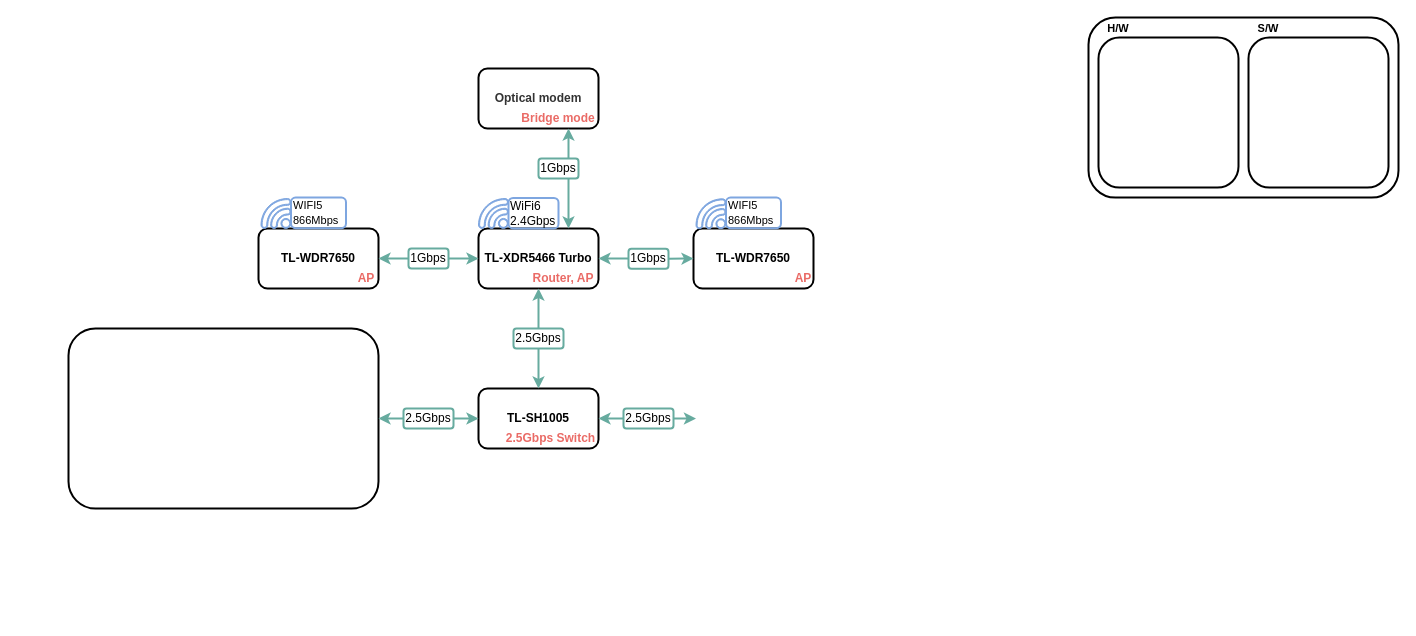
Earlier version of the draw.io diagram page "Page-1" (1 of 2) of network_home.drawio (zincnode/drawio_file). Source tidied: cells renumbered, new cells numbered last; positions are measured from the earlier drawing's top-left corner, leaving out a move shared by most shapes. Both pictures are drawn from the tidied source at 100%, with x=0, y=0 at pixel (68, 17).
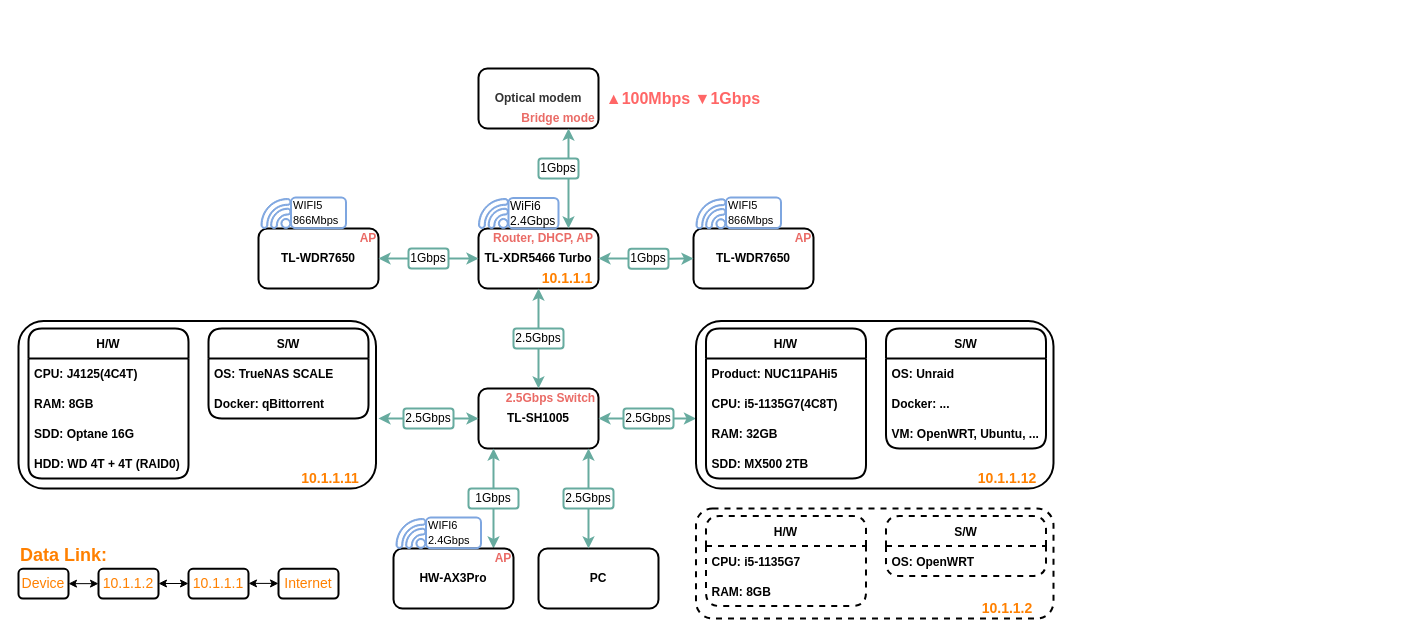
Above is the later version.

The change refers to these unchanged cells:
```xml
<mxCell id="35" value="2.5Gbps" style="text;html=1;strokeColor=#67AB9F;fillColor=none;align=center;verticalAlign=middle;whiteSpace=wrap;rounded=1;fontFamily=Helvetica;strokeWidth=2;direction=east;" parent="1" vertex="1">
  <mxGeometry x="335" y="391" width="50" height="20" as="geometry" />
</mxCell>
```

What changed in the source:
```diff
@@
-    <mxCell id="9" value="&lt;font color=&quot;#ea6b66&quot;&gt;&lt;b&gt;Router, AP&lt;/b&gt;&lt;/font&gt;" style="text;html=1;strokeColor=none;fillColor=none;align=center;verticalAlign=middle;whiteSpace=wrap;rounded=0;direction=east;" parent="1" vertex="1">
-      <mxGeometry x="460" y="251" width="70" height="20" as="geometry" />
+    <mxCell id="9" value="&lt;font color=&quot;#ea6b66&quot;&gt;&lt;b&gt;Router, DHCP, AP&lt;/b&gt;&lt;/font&gt;" style="text;html=1;strokeColor=none;fillColor=none;align=center;verticalAlign=middle;whiteSpace=wrap;rounded=0;direction=east;" parent="1" vertex="1">
+      <mxGeometry x="420" y="211.3" width="110" height="20" as="geometry" />
     </mxCell>
     <mxCell id="10" value="&lt;font color=&quot;#ea6b66&quot;&gt;&lt;b&gt;AP&lt;/b&gt;&lt;/font&gt;" style="text;html=1;strokeColor=none;fillColor=none;align=center;verticalAlign=middle;whiteSpace=wrap;rounded=0;direction=east;" parent="1" vertex="1">
-      <mxGeometry x="287.5" y="251" width="20" height="20" as="geometry" />
+      <mxGeometry x="290" y="211.3" width="20" height="20" as="geometry" />
     </mxCell>
@@
     <mxCell id="16" value="&lt;font color=&quot;#ea6b66&quot;&gt;&lt;b&gt;AP&lt;/b&gt;&lt;/font&gt;" style="text;html=1;strokeColor=none;fillColor=none;align=center;verticalAlign=middle;whiteSpace=wrap;rounded=0;direction=east;" parent="1" vertex="1">
-      <mxGeometry x="725" y="251.3" width="20" height="20" as="geometry" />
+      <mxGeometry x="725" y="211.3" width="20" height="20" as="geometry" />
     </mxCell>
     <mxCell id="17" value="&lt;font color=&quot;#ea6b66&quot;&gt;&lt;b&gt;2.5Gbps Switch&lt;/b&gt;&lt;/font&gt;" style="text;html=1;strokeColor=none;fillColor=none;align=center;verticalAlign=middle;whiteSpace=wrap;rounded=0;direction=east;" parent="1" vertex="1">
-      <mxGeometry x="435" y="411" width="95" height="20" as="geometry" />
+      <mxGeometry x="435" y="371" width="95" height="20" as="geometry" />
     </mxCell>
@@
-    <mxCell id="33" style="rounded=1;whiteSpace=wrap;html=1;shadow=0;glass=0;sketch=0;fontSize=11;fontColor=#000000;strokeColor=#000000;strokeWidth=2;fillColor=none;direction=east;" parent="1" vertex="1">
-      <mxGeometry y="311" width="310" height="180" as="geometry" />
-    </mxCell>
@@
-    <mxCell id="36" style="endArrow=none;startArrow=classic;html=1;rounded=0;fontSize=11;fontColor=#000000;strokeColor=#67AB9F;strokeWidth=2;jumpSize=8;entryX=0;entryY=0.5;entryDx=0;entryDy=0;exitX=1;exitY=0.5;exitDx=0;exitDy=0;" parent="1" edge="1" source="33" target="35">
-      <mxGeometry relative="1" as="geometry" />
+    <mxCell id="36" style="endArrow=none;startArrow=classic;html=1;rounded=0;fontSize=11;fontColor=#000000;strokeColor=#67AB9F;strokeWidth=2;jumpSize=8;entryX=0;entryY=0.5;entryDx=0;entryDy=0;exitX=1;exitY=0.5;exitDx=0;exitDy=0;" parent="1" edge="1" target="35">
+      <mxGeometry relative="1" as="geometry">
+        <mxPoint x="310" y="401" as="sourcePoint" />
+      </mxGeometry>
     </mxCell>
-    <mxCell id="37" style="rounded=1;whiteSpace=wrap;html=1;shadow=0;glass=0;sketch=0;fontSize=11;fontColor=#000000;strokeColor=#000000;strokeWidth=2;fillColor=none;" parent="1" vertex="1">
-      <mxGeometry x="1020" y="0.1" width="310" height="180" as="geometry" />
-    </mxCell>
-    <mxCell id="38" style="rounded=1;whiteSpace=wrap;html=1;shadow=0;glass=0;sketch=0;fontSize=11;fontColor=#000000;strokeColor=#000000;strokeWidth=2;fillColor=none;" parent="1" vertex="1">
-      <mxGeometry x="1030" y="20.1" width="140" height="150" as="geometry" />
-    </mxCell>
-    <mxCell id="39" style="rounded=1;whiteSpace=wrap;html=1;shadow=0;glass=0;sketch=0;fontSize=11;fontColor=#000000;strokeColor=#000000;strokeWidth=2;fillColor=none;" parent="1" vertex="1">
-      <mxGeometry x="1180" y="20.1" width="140" height="150" as="geometry" />
-    </mxCell>
-    <mxCell id="40" value="&lt;b&gt;H/W&lt;/b&gt;" style="text;html=1;strokeColor=none;fillColor=none;align=center;verticalAlign=middle;whiteSpace=wrap;rounded=0;shadow=0;glass=0;sketch=0;fontSize=11;fontColor=#000000;" parent="1" vertex="1">
-      <mxGeometry x="1030" y="2.6" width="40" height="17.5" as="geometry" />
-    </mxCell>
-    <mxCell id="41" value="&lt;b&gt;S/W&lt;/b&gt;" style="text;html=1;strokeColor=none;fillColor=none;align=center;verticalAlign=middle;whiteSpace=wrap;rounded=0;shadow=0;glass=0;sketch=0;fontSize=11;fontColor=#000000;" parent="1" vertex="1">
-      <mxGeometry x="1180" y="2.6" width="40" height="17.5" as="geometry" />
-    </mxCell>
+    <mxCell id="42" style="rounded=1;whiteSpace=wrap;html=1;shadow=0;glass=0;sketch=0;fontSize=11;fontColor=#000000;strokeColor=#000000;strokeWidth=2;fillColor=none;" parent="1" vertex="1">
+      <mxGeometry x="-50" y="303.5" width="357.5" height="167.5" as="geometry" />
+    </mxCell>
+    <mxCell id="43" value="H/W" style="swimlane;fontStyle=1;horizontal=1;startSize=30;rounded=1;strokeWidth=2;" parent="1" vertex="1">
+      <mxGeometry x="-40" y="311" width="160" height="150" as="geometry" />
+    </mxCell>
+    <mxCell id="44" value="CPU: J4125(4C4T)" style="text;strokeColor=none;fillColor=none;align=left;verticalAlign=middle;spacingLeft=4;spacingRight=4;overflow=hidden;fontStyle=1;" parent="43" vertex="1">
+      <mxGeometry y="30" width="160" height="30" as="geometry" />
+    </mxCell>
+    <mxCell id="45" value="RAM: 8GB" style="text;strokeColor=none;fillColor=none;align=left;verticalAlign=middle;spacingLeft=4;spacingRight=4;overflow=hidden;fontStyle=1;" parent="43" vertex="1">
+      <mxGeometry y="60" width="160" height="30" as="geometry" />
+    </mxCell>
+    <mxCell id="46" value="SDD: Optane 16G" style="text;strokeColor=none;fillColor=none;align=left;verticalAlign=middle;spacingLeft=4;spacingRight=4;overflow=hidden;fontStyle=1;" parent="43" vertex="1">
+      <mxGeometry y="90" width="160" height="30" as="geometry" />
+    </mxCell>
+    <mxCell id="47" value="HDD: WD 4T + 4T (RAID0)" style="text;strokeColor=none;fillColor=none;align=left;verticalAlign=middle;spacingLeft=4;spacingRight=4;overflow=hidden;rounded=1;fontStyle=1;" parent="43" vertex="1">
+      <mxGeometry y="120" width="160" height="30" as="geometry" />
+    </mxCell>
+    <mxCell id="48" value="S/W" style="swimlane;fontStyle=1;horizontal=1;startSize=30;rounded=1;strokeWidth=2;" parent="1" vertex="1">
+      <mxGeometry x="140" y="311" width="160" height="90" as="geometry" />
+    </mxCell>
+    <mxCell id="49" value="OS: TrueNAS SCALE" style="text;strokeColor=none;fillColor=none;align=left;verticalAlign=middle;spacingLeft=4;spacingRight=4;overflow=hidden;fontStyle=1;" parent="48" vertex="1">
+      <mxGeometry y="30" width="160" height="30" as="geometry" />
+    </mxCell>
+    <mxCell id="50" value="Docker: qBittorrent" style="text;strokeColor=none;fillColor=none;align=left;verticalAlign=middle;spacingLeft=4;spacingRight=4;overflow=hidden;fontStyle=1;" parent="48" vertex="1">
+      <mxGeometry y="60" width="160" height="30" as="geometry" />
+    </mxCell>
+    <mxCell id="51" value="&lt;font color=&quot;#ff6666&quot; style=&quot;font-size: 16px&quot;&gt;&lt;b&gt;▲100Mbps&amp;nbsp;&lt;/b&gt;&lt;span&gt;&lt;b&gt;▼&lt;/b&gt;&lt;/span&gt;&lt;b&gt;1Gbps&lt;/b&gt;&lt;/font&gt;" style="text;html=1;strokeColor=none;fillColor=none;align=center;verticalAlign=middle;whiteSpace=wrap;rounded=0;" parent="1" vertex="1">
+      <mxGeometry x="545" y="71" width="140" height="20" as="geometry" />
+    </mxCell>
+    <mxCell id="52" style="rounded=1;whiteSpace=wrap;html=1;shadow=0;glass=0;sketch=0;fontSize=11;fontColor=#000000;strokeColor=#000000;strokeWidth=2;fillColor=none;" parent="1" vertex="1">
+      <mxGeometry x="627.5" y="303.5" width="357.5" height="167.5" as="geometry" />
+    </mxCell>
+    <mxCell id="53" value="H/W" style="swimlane;fontStyle=1;horizontal=1;startSize=30;rounded=1;strokeWidth=2;" parent="1" vertex="1">
+      <mxGeometry x="637.5" y="311" width="160" height="150" as="geometry" />
+    </mxCell>
+    <mxCell id="54" value="Product: NUC11PAHi5" style="text;strokeColor=none;fillColor=none;align=left;verticalAlign=middle;spacingLeft=4;spacingRight=4;overflow=hidden;rounded=1;fontColor=#000000;fontStyle=1;" parent="53" vertex="1">
+      <mxGeometry y="30" width="160" height="30" as="geometry" />
+    </mxCell>
+    <mxCell id="55" value="CPU: i5-1135G7(4C8T)" style="text;strokeColor=none;fillColor=none;align=left;verticalAlign=middle;spacingLeft=4;spacingRight=4;overflow=hidden;fontStyle=1;" parent="53" vertex="1">
+      <mxGeometry y="60" width="160" height="30" as="geometry" />
+    </mxCell>
+    <mxCell id="56" value="RAM: 32GB" style="text;strokeColor=none;fillColor=none;align=left;verticalAlign=middle;spacingLeft=4;spacingRight=4;overflow=hidden;fontStyle=1;" parent="53" vertex="1">
+      <mxGeometry y="90" width="160" height="30" as="geometry" />
+    </mxCell>
+    <mxCell id="57" value="SDD: MX500 2TB" style="text;strokeColor=none;fillColor=none;align=left;verticalAlign=middle;spacingLeft=4;spacingRight=4;overflow=hidden;fontStyle=1;" parent="53" vertex="1">
+      <mxGeometry y="120" width="160" height="30" as="geometry" />
+    </mxCell>
+    <mxCell id="58" value="S/W" style="swimlane;fontStyle=1;horizontal=1;startSize=30;rounded=1;strokeWidth=2;" parent="1" vertex="1">
+      <mxGeometry x="817.5" y="311" width="160" height="120" as="geometry" />
+    </mxCell>
+    <mxCell id="59" value="OS: Unraid" style="text;strokeColor=none;fillColor=none;align=left;verticalAlign=middle;spacingLeft=4;spacingRight=4;overflow=hidden;fontStyle=1;" parent="58" vertex="1">
+      <mxGeometry y="30" width="160" height="30" as="geometry" />
+    </mxCell>
+    <mxCell id="60" value="Docker: ..." style="text;strokeColor=none;fillColor=none;align=left;verticalAlign=middle;spacingLeft=4;spacingRight=4;overflow=hidden;fontStyle=1;" parent="58" vertex="1">
+      <mxGeometry y="60" width="160" height="30" as="geometry" />
+    </mxCell>
+    <mxCell id="61" value="VM: OpenWRT, Ubuntu, ..." style="text;strokeColor=none;fillColor=none;align=left;verticalAlign=middle;spacingLeft=4;spacingRight=4;overflow=hidden;rounded=1;fontColor=#000000;fontStyle=1;" parent="58" vertex="1">
+      <mxGeometry y="90" width="160" height="30" as="geometry" />
+    </mxCell>
+    <mxCell id="62" value="&lt;span&gt;&lt;b&gt;PC&lt;/b&gt;&lt;/span&gt;" style="rounded=1;whiteSpace=wrap;html=1;strokeWidth=2;direction=east;" parent="1" vertex="1">
+      <mxGeometry x="470" y="531" width="120" height="60" as="geometry" />
+    </mxCell>
+    <mxCell id="63" style="rounded=1;whiteSpace=wrap;html=1;shadow=0;glass=0;sketch=0;fontSize=11;fontColor=#000000;strokeColor=#000000;strokeWidth=2;fillColor=none;dashed=1;" parent="1" vertex="1">
+      <mxGeometry x="627.5" y="491" width="357.5" height="110" as="geometry" />
+    </mxCell>
+    <mxCell id="64" value="H/W" style="swimlane;fontStyle=1;horizontal=1;startSize=30;rounded=1;strokeWidth=2;dashed=1;" parent="1" vertex="1">
+      <mxGeometry x="637.5" y="498.5" width="160" height="90" as="geometry" />
+    </mxCell>
+    <mxCell id="65" value="CPU: i5-1135G7" style="text;strokeColor=none;fillColor=none;align=left;verticalAlign=middle;spacingLeft=4;spacingRight=4;overflow=hidden;fontStyle=1;" parent="64" vertex="1">
+      <mxGeometry y="30" width="160" height="30" as="geometry" />
+    </mxCell>
+    <mxCell id="66" value="RAM: 8GB" style="text;strokeColor=none;fillColor=none;align=left;verticalAlign=middle;spacingLeft=4;spacingRight=4;overflow=hidden;fontStyle=1;" parent="64" vertex="1">
+      <mxGeometry y="60" width="160" height="30" as="geometry" />
+    </mxCell>
+    <mxCell id="67" value="S/W" style="swimlane;fontStyle=1;horizontal=1;startSize=30;rounded=1;dashed=1;strokeWidth=2;" parent="1" vertex="1">
+      <mxGeometry x="817.5" y="498.5" width="160" height="60" as="geometry" />
+    </mxCell>
+    <mxCell id="68" value="OS: OpenWRT" style="text;strokeColor=none;fillColor=none;align=left;verticalAlign=middle;spacingLeft=4;spacingRight=4;overflow=hidden;fontStyle=1;" parent="67" vertex="1">
+      <mxGeometry y="30" width="160" height="30" as="geometry" />
+    </mxCell>
+    <mxCell id="69" style="endArrow=classic;startArrow=none;html=1;rounded=0;exitX=0.5;exitY=0;exitDx=0;exitDy=0;entryX=0.5;entryY=1;entryDx=0;entryDy=0;strokeColor=#67AB9F;strokeWidth=2;" parent="1" edge="1" source="70">
+      <mxGeometry relative="1" as="geometry">
+        <mxPoint x="425" y="431" as="targetPoint" />
+      </mxGeometry>
+    </mxCell>
+    <mxCell id="70" value="1Gbps" style="text;html=1;strokeColor=#67AB9F;fillColor=none;align=center;verticalAlign=middle;whiteSpace=wrap;rounded=1;fontFamily=Helvetica;strokeWidth=2;direction=east;" parent="1" vertex="1">
+      <mxGeometry x="400" y="471" width="50" height="20" as="geometry" />
+    </mxCell>
+    <mxCell id="71" style="endArrow=none;startArrow=classic;html=1;rounded=0;exitX=0.5;exitY=0;exitDx=0;exitDy=0;entryX=0.5;entryY=1;entryDx=0;entryDy=0;strokeColor=#67AB9F;strokeWidth=2;" parent="1" edge="1" target="70">
+      <mxGeometry relative="1" as="geometry">
+        <mxPoint x="425" y="531" as="sourcePoint" />
+      </mxGeometry>
+    </mxCell>
+    <mxCell id="72" value="&lt;b&gt;&lt;font color=&quot;#ff8000&quot; style=&quot;font-size: 14px&quot;&gt;10.1.1.2&lt;/font&gt;&lt;/b&gt;" style="text;html=1;strokeColor=none;fillColor=none;align=center;verticalAlign=middle;whiteSpace=wrap;rounded=0;direction=east;" parent="1" vertex="1">
+      <mxGeometry x="910" y="581" width="57.5" height="20" as="geometry" />
+    </mxCell>
+    <mxCell id="73" value="&lt;b&gt;&lt;font color=&quot;#ff8000&quot; style=&quot;font-size: 14px&quot;&gt;10.1.1.11&lt;/font&gt;&lt;/b&gt;" style="text;html=1;strokeColor=none;fillColor=none;align=center;verticalAlign=middle;whiteSpace=wrap;rounded=0;direction=east;" parent="1" vertex="1">
+      <mxGeometry x="232.5" y="451" width="57.5" height="20" as="geometry" />
+    </mxCell>
+    <mxCell id="74" value="&lt;b&gt;&lt;font color=&quot;#ff8000&quot; style=&quot;font-size: 14px&quot;&gt;10.1.1.1&lt;/font&gt;&lt;/b&gt;" style="text;html=1;strokeColor=none;fillColor=none;align=center;verticalAlign=middle;whiteSpace=wrap;rounded=0;direction=east;" parent="1" vertex="1">
+      <mxGeometry x="470" y="251" width="57.5" height="20" as="geometry" />
+    </mxCell>
+    <mxCell id="75" value="&lt;b&gt;&lt;font color=&quot;#ff8000&quot; style=&quot;font-size: 14px&quot;&gt;10.1.1.12&lt;/font&gt;&lt;/b&gt;" style="text;html=1;strokeColor=none;fillColor=none;align=center;verticalAlign=middle;whiteSpace=wrap;rounded=0;direction=east;" parent="1" vertex="1">
+      <mxGeometry x="910" y="451" width="57.5" height="20" as="geometry" />
+    </mxCell>
+    <mxCell id="76" style="endArrow=classic;startArrow=none;html=1;rounded=0;exitX=0.5;exitY=0;exitDx=0;exitDy=0;entryX=0.5;entryY=1;entryDx=0;entryDy=0;strokeColor=#67AB9F;strokeWidth=2;" parent="1" edge="1" source="77">
+      <mxGeometry relative="1" as="geometry">
+        <mxPoint x="520" y="431" as="targetPoint" />
+      </mxGeometry>
+    </mxCell>
+    <mxCell id="77" value="2.5Gbps" style="text;html=1;strokeColor=#67AB9F;fillColor=none;align=center;verticalAlign=middle;whiteSpace=wrap;rounded=1;fontFamily=Helvetica;strokeWidth=2;direction=east;" parent="1" vertex="1">
+      <mxGeometry x="495" y="471" width="50" height="20" as="geometry" />
+    </mxCell>
+    <mxCell id="78" style="endArrow=none;startArrow=classic;html=1;rounded=0;exitX=0.5;exitY=0;exitDx=0;exitDy=0;entryX=0.5;entryY=1;entryDx=0;entryDy=0;strokeColor=#67AB9F;strokeWidth=2;" parent="1" edge="1" target="77">
+      <mxGeometry relative="1" as="geometry">
+        <mxPoint x="520" y="531" as="sourcePoint" />
+      </mxGeometry>
+    </mxCell>
+    <mxCell id="79" value="&lt;b&gt;HW-AX3Pro&lt;/b&gt;" style="rounded=1;whiteSpace=wrap;html=1;strokeWidth=2;direction=east;" parent="1" vertex="1">
+      <mxGeometry x="325" y="531" width="120" height="60" as="geometry" />
+    </mxCell>
+    <mxCell id="80" value="&lt;font color=&quot;#ea6b66&quot;&gt;&lt;b&gt;AP&lt;/b&gt;&lt;/font&gt;" style="text;html=1;strokeColor=none;fillColor=none;align=center;verticalAlign=middle;whiteSpace=wrap;rounded=0;direction=east;" parent="1" vertex="1">
+      <mxGeometry x="425" y="531.3" width="20" height="20" as="geometry" />
+    </mxCell>
+    <mxCell id="81" value="&lt;font style=&quot;font-size: 11px&quot;&gt;WIFI6&lt;br style=&quot;font-size: 11px&quot;&gt;2.4Gbps&lt;/font&gt;" style="text;html=1;strokeColor=#7EA6E0;fillColor=none;align=left;verticalAlign=middle;whiteSpace=wrap;rounded=1;fontFamily=Helvetica;strokeWidth=2;direction=east;" parent="1" vertex="1">
+      <mxGeometry x="357.5" y="500.1" width="55" height="30.6" as="geometry" />
+    </mxCell>
+    <mxCell id="82" style="sketch=0;shadow=0;dashed=0;html=1;strokeColor=#7EA6E0;fillColor=#7EA6E0;labelPosition=center;verticalLabelPosition=bottom;verticalAlign=top;align=center;shape=mxgraph.vvd.wi_fi;fontColor=#FFB570;direction=north;strokeWidth=1;" parent="1" vertex="1">
+      <mxGeometry x="327.5" y="501" width="30" height="30" as="geometry" />
+    </mxCell>
+    <mxCell id="83" value="&lt;b&gt;&lt;font style=&quot;font-size: 18px&quot;&gt;Data Link:&lt;/font&gt;&lt;/b&gt;" style="text;whiteSpace=wrap;html=1;fontSize=14;fontColor=#FF8000;" parent="1" vertex="1">
+      <mxGeometry x="-50" y="521" width="130" height="30" as="geometry" />
+    </mxCell>
+    <mxCell id="84" value="Device" style="rounded=1;whiteSpace=wrap;html=1;fontSize=14;fontColor=#FF8000;strokeWidth=2;" parent="1" vertex="1">
+      <mxGeometry x="-50" y="551.3" width="50" height="29.7" as="geometry" />
+    </mxCell>
+    <mxCell id="85" value="10.1.1.2" style="rounded=1;whiteSpace=wrap;html=1;fontSize=14;fontColor=#FF8000;strokeWidth=2;" parent="1" vertex="1">
+      <mxGeometry x="30" y="551.3" width="60" height="29.7" as="geometry" />
+    </mxCell>
+    <mxCell id="86" value="10.1.1.1" style="rounded=1;whiteSpace=wrap;html=1;fontSize=14;fontColor=#FF8000;strokeWidth=2;" parent="1" vertex="1">
+      <mxGeometry x="120" y="551.3" width="60" height="29.7" as="geometry" />
+    </mxCell>
+    <mxCell id="87" style="endArrow=classic;startArrow=classic;html=1;rounded=0;fontSize=14;fontColor=#FF8000;exitX=1;exitY=0.5;exitDx=0;exitDy=0;entryX=0;entryY=0.5;entryDx=0;entryDy=0;" parent="1" edge="1" source="84" target="85">
+      <mxGeometry relative="1" as="geometry" />
+    </mxCell>
+    <mxCell id="88" style="endArrow=classic;startArrow=classic;html=1;rounded=0;fontSize=14;fontColor=#FF8000;exitX=1;exitY=0.5;exitDx=0;exitDy=0;entryX=0;entryY=0.5;entryDx=0;entryDy=0;" parent="1" edge="1">
+      <mxGeometry relative="1" as="geometry">
+        <mxPoint x="90" y="566" as="sourcePoint" />
+        <mxPoint x="120" y="566" as="targetPoint" />
+      </mxGeometry>
+    </mxCell>
+    <mxCell id="89" value="Internet" style="rounded=1;whiteSpace=wrap;html=1;fontSize=14;fontColor=#FF8000;strokeWidth=2;" parent="1" vertex="1">
+      <mxGeometry x="210" y="551.3" width="60" height="29.7" as="geometry" />
+    </mxCell>
+    <mxCell id="90" style="endArrow=classic;startArrow=classic;html=1;rounded=0;fontSize=14;fontColor=#FF8000;exitX=1;exitY=0.5;exitDx=0;exitDy=0;entryX=0;entryY=0.5;entryDx=0;entryDy=0;" parent="1" edge="1">
+      <mxGeometry relative="1" as="geometry">
+        <mxPoint x="180" y="565.9" as="sourcePoint" />
+        <mxPoint x="210" y="565.9" as="targetPoint" />
+      </mxGeometry>
+    </mxCell>
```
